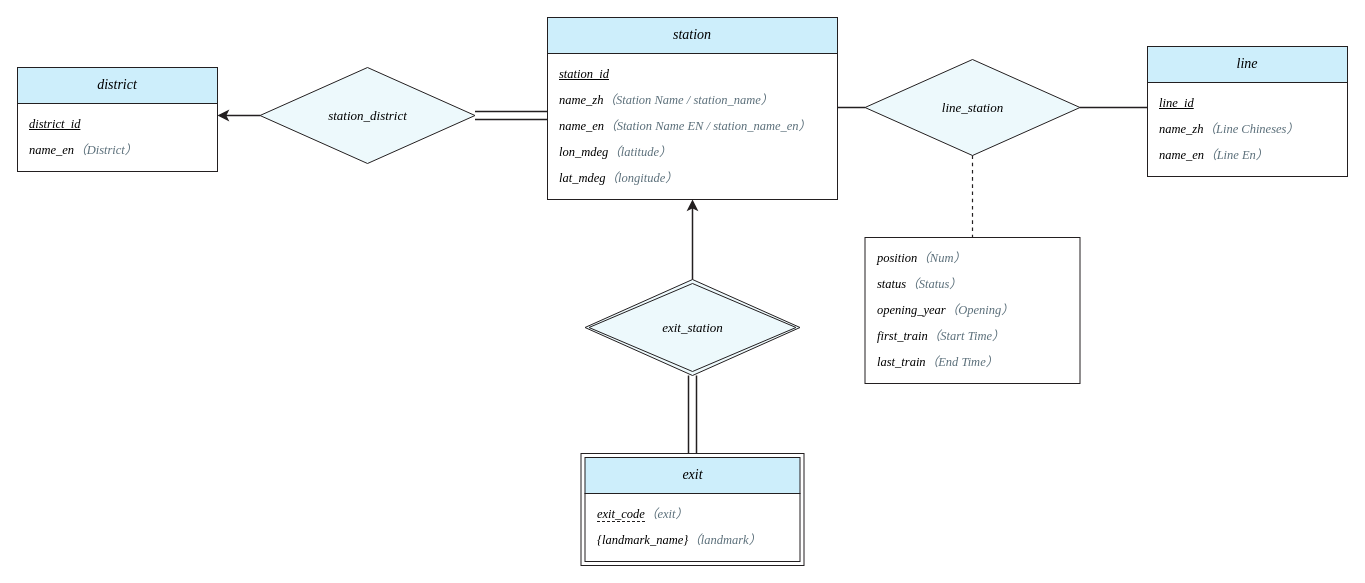
Before: docs/ER_lecture7/概念ER图_drawio.drawio in fengqiwuton/DataBaseProject1, a draw.io diagram. Source tidied: cells renumbered, new cells numbered last; positions are measured from the earlier drawing's top-left corner, leaving out a move shared by most shapes. Both pictures are drawn from the tidied source at 100%, with x=0, y=0 at pixel (17, 17).
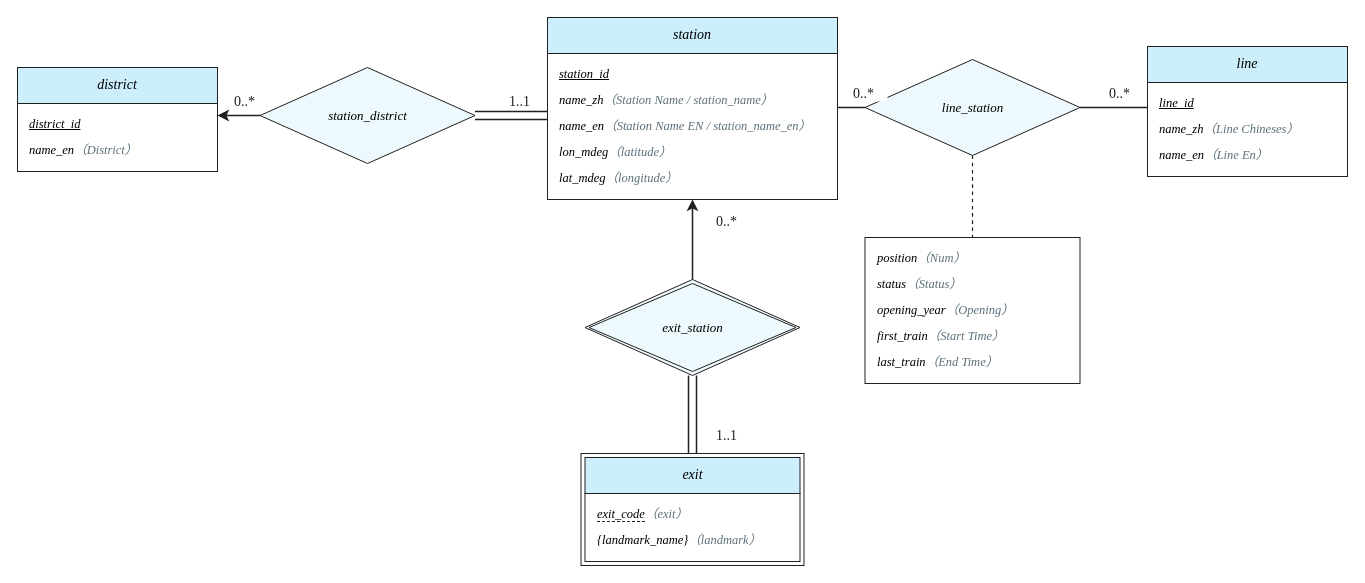
The same diagram, later.

Diff of the diagram source:
```diff
@@
+    <mxCell id="41" value="0..*" style="text;html=1;strokeColor=none;fillColor=#ffffff;align=center;fontFamily=Times New Roman;fontSize=14;fontColor=#231f20;" parent="1" vertex="1">
+      <mxGeometry x="203" y="70" width="48" height="22" as="geometry" />
+    </mxCell>
+    <mxCell id="42" value="1..1" style="text;html=1;strokeColor=none;fillColor=#ffffff;align=center;fontFamily=Times New Roman;fontSize=14;fontColor=#231f20;" parent="1" vertex="1">
+      <mxGeometry x="478" y="70" width="48" height="22" as="geometry" />
+    </mxCell>
+    <mxCell id="43" value="0..*" style="text;html=1;strokeColor=none;fillColor=#ffffff;align=center;fontFamily=Times New Roman;fontSize=14;fontColor=#231f20;" parent="1" vertex="1">
+      <mxGeometry x="822" y="62" width="48" height="22" as="geometry" />
+    </mxCell>
+    <mxCell id="44" value="0..*" style="text;html=1;strokeColor=none;fillColor=#ffffff;align=center;fontFamily=Times New Roman;fontSize=14;fontColor=#231f20;" parent="1" vertex="1">
+      <mxGeometry x="1078" y="62" width="48" height="22" as="geometry" />
+    </mxCell>
+    <mxCell id="45" value="0..*" style="text;html=1;strokeColor=none;fillColor=#ffffff;align=center;fontFamily=Times New Roman;fontSize=14;fontColor=#231f20;" parent="1" vertex="1">
+      <mxGeometry x="685" y="190" width="48" height="22" as="geometry" />
+    </mxCell>
+    <mxCell id="46" value="1..1" style="text;html=1;strokeColor=none;fillColor=#ffffff;align=center;fontFamily=Times New Roman;fontSize=14;fontColor=#231f20;" parent="1" vertex="1">
+      <mxGeometry x="685" y="404" width="48" height="22" as="geometry" />
+    </mxCell>
```
